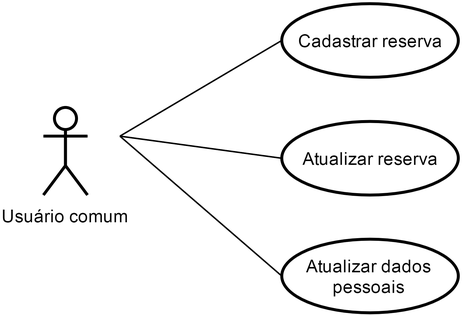
claudiomarpda/RoomBooking keeps this draw.io diagram as UML/use_cases_common_user.png. Above is the earlier version. Source tidied: cells renumbered, new cells last; positions are measured from the earlier drawing's top-left corner, leaving out a move shared by most shapes.
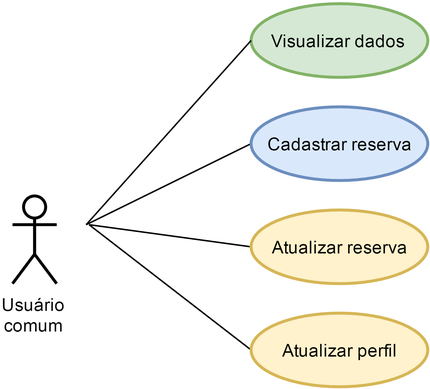
Later version of the same file.

Diff of the diagram source:
```diff
@@ -4,30 +4,41 @@
     <mxCell id="1" parent="0" />
     <mxCell id="2" style="edgeStyle=none;rounded=0;html=1;entryX=0;entryY=0.5;startArrow=none;startFill=0;endArrow=none;endFill=0;jettySize=auto;" parent="1" edge="1" target="6">
       <mxGeometry relative="1" as="geometry">
-        <mxPoint x="52" y="90" as="sourcePoint" />
+        <mxPoint x="-220" y="90" as="sourcePoint" />
       </mxGeometry>
     </mxCell>
     <mxCell id="3" style="edgeStyle=none;rounded=0;html=1;entryX=0;entryY=0.5;startArrow=none;startFill=0;endArrow=none;endFill=0;jettySize=auto;" parent="1" edge="1" target="7">
       <mxGeometry relative="1" as="geometry">
-        <mxPoint x="52" y="90" as="sourcePoint" />
+        <mxPoint x="-218" y="90" as="sourcePoint" />
       </mxGeometry>
     </mxCell>
     <mxCell id="4" style="edgeStyle=none;rounded=0;html=1;entryX=0;entryY=0.5;startArrow=none;startFill=0;endArrow=none;endFill=0;jettySize=auto;" parent="1" edge="1" target="8">
       <mxGeometry relative="1" as="geometry">
-        <mxPoint x="52" y="90" as="sourcePoint" />
+        <mxPoint x="-218" y="90" as="sourcePoint" />
       </mxGeometry>
     </mxCell>
-    <mxCell id="5" value="Usuário comum" style="shape=umlActor;verticalLabelPosition=bottom;labelBackgroundColor=#ffffff;verticalAlign=top;html=1;strokeColor=#000000;strokeWidth=2;fillColor=#ffffff;gradientColor=none;" parent="1" vertex="1">
-      <mxGeometry y="70" width="30" height="60" as="geometry" />
+    <mxCell id="5" value="Usuário&lt;br&gt;comum" style="shape=umlActor;verticalLabelPosition=bottom;labelBackgroundColor=#ffffff;verticalAlign=top;html=1;strokeColor=#000000;strokeWidth=2;fillColor=#ffffff;gradientColor=none;" parent="1" vertex="1">
+      <mxGeometry x="-270" y="70" width="30" height="60" as="geometry" />
     </mxCell>
-    <mxCell id="6" value="Cadastrar reserva" style="ellipse;whiteSpace=wrap;html=1;strokeColor=#000000;strokeWidth=2;fillColor=#ffffff;gradientColor=none;" parent="1" vertex="1">
-      <mxGeometry x="162" width="120" height="50" as="geometry" />
+    <mxCell id="6" value="Cadastrar reserva" style="ellipse;whiteSpace=wrap;html=1;strokeColor=#6c8ebf;strokeWidth=2;fillColor=#dae8fc;" parent="1" vertex="1">
+      <mxGeometry x="-108" y="10" width="120" height="50" as="geometry" />
     </mxCell>
-    <mxCell id="7" value="Atualizar reserva" style="ellipse;whiteSpace=wrap;html=1;strokeColor=#000000;strokeWidth=2;fillColor=#ffffff;gradientColor=none;" parent="1" vertex="1">
-      <mxGeometry x="162" y="80" width="120" height="50" as="geometry" />
+    <mxCell id="7" value="Atualizar reserva" style="ellipse;whiteSpace=wrap;html=1;strokeColor=#d6b656;strokeWidth=2;fillColor=#fff2cc;" parent="1" vertex="1">
+      <mxGeometry x="-108" y="80" width="120" height="50" as="geometry" />
     </mxCell>
-    <mxCell id="8" value="Atualizar dados pessoais" style="ellipse;whiteSpace=wrap;html=1;strokeColor=#000000;strokeWidth=2;fillColor=#ffffff;gradientColor=none;" parent="1" vertex="1">
-      <mxGeometry x="162" y="160" width="120" height="50" as="geometry" />
+    <mxCell id="8" value="Atualizar perfil" style="ellipse;whiteSpace=wrap;html=1;strokeColor=#d6b656;strokeWidth=2;fillColor=#fff2cc;" parent="1" vertex="1">
+      <mxGeometry x="-108" y="150" width="120" height="50" as="geometry" />
     </mxCell>
+    <mxCell id="9" value="Visualizar dados" style="ellipse;whiteSpace=wrap;html=1;strokeColor=#82b366;strokeWidth=2;fillColor=#d5e8d4;" parent="1" vertex="1">
+      <mxGeometry x="-108" y="-60" width="120" height="50" as="geometry" />
+    </mxCell>
+    <mxCell id="10" style="edgeStyle=none;rounded=0;html=1;entryX=0;entryY=0.5;startArrow=none;startFill=0;endArrow=none;endFill=0;jettySize=auto;" parent="1" edge="1" target="9">
+      <mxGeometry relative="1" as="geometry">
+        <mxPoint x="-220" y="90" as="sourcePoint" />
+      </mxGeometry>
+    </mxCell>
+    <mxCell id="11" style="edgeStyle=orthogonalEdgeStyle;rounded=0;html=1;exitX=0;exitY=0;entryX=0;entryY=0;startArrow=none;startFill=0;endArrow=none;endFill=0;jettySize=auto;orthogonalLoop=1;" parent="1" edge="1" source="8" target="8">
+      <mxGeometry relative="1" as="geometry" />
+    </mxCell>
   </root>
 </mxGraphModel>
```
